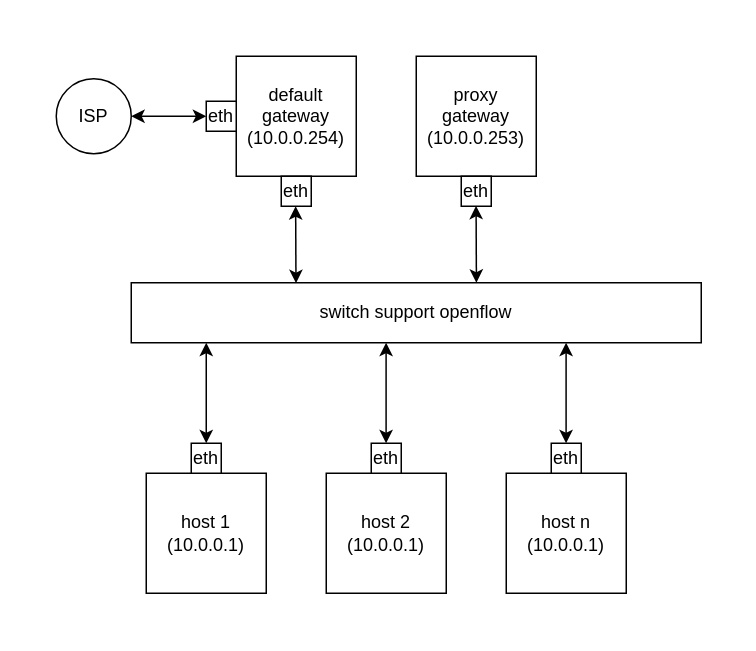
c1emon/barbatos keeps this draw.io diagram as doc/network_arch.dio. Above is the earlier version. Source tidied: cells renumbered, new cells numbered last; positions are measured from the earlier drawing's top-left corner, leaving out a move shared by most shapes. Both pictures are drawn from the tidied source at 150%, with x=0, y=0 at pixel (26, 26).
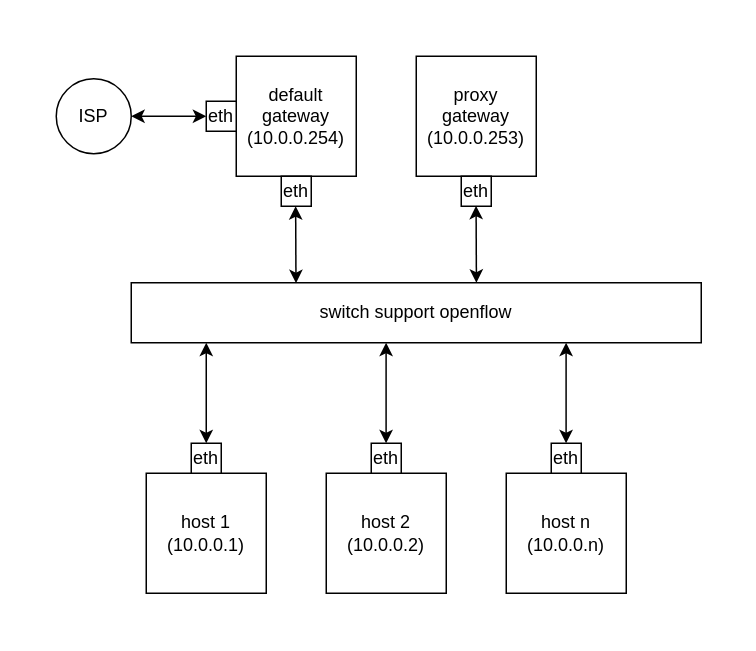
The same diagram, later.

Diff of the diagram source:
```diff
@@
-    <mxCell id="7" value="host 2&lt;br&gt;(10.0.0.1)" style="whiteSpace=wrap;html=1;" parent="1" vertex="1">
+    <mxCell id="7" value="host 2&lt;br&gt;(10.0.0.2)" style="whiteSpace=wrap;html=1;" parent="1" vertex="1">
       <mxGeometry x="200" y="298" width="80" height="80" as="geometry" />
     </mxCell>
-    <mxCell id="8" value="host n&lt;br&gt;(10.0.0.1)" style="whiteSpace=wrap;html=1;" parent="1" vertex="1">
+    <mxCell id="8" value="host n&lt;br&gt;(10.0.0.n)" style="whiteSpace=wrap;html=1;" parent="1" vertex="1">
       <mxGeometry x="320" y="298" width="80" height="80" as="geometry" />
     </mxCell>
```
